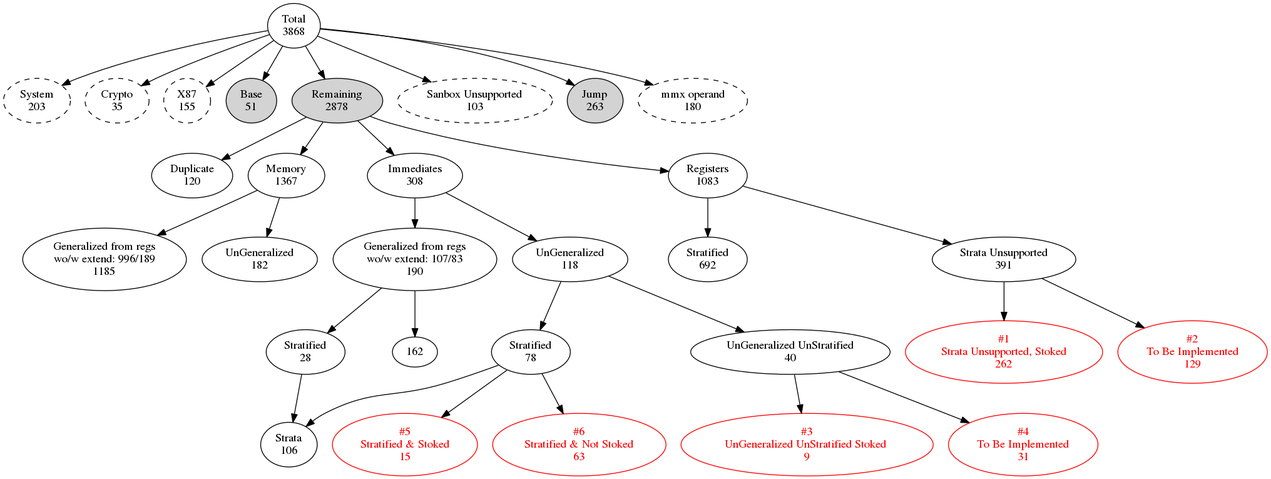
The Graphviz diagram x86-semantics/docs/reports/insttruction_support_status.png in kframework/X86-64-semantics, before a commit. Its source is kept beside it as x86-semantics/docs/reports/insttruction_support_status.dot.
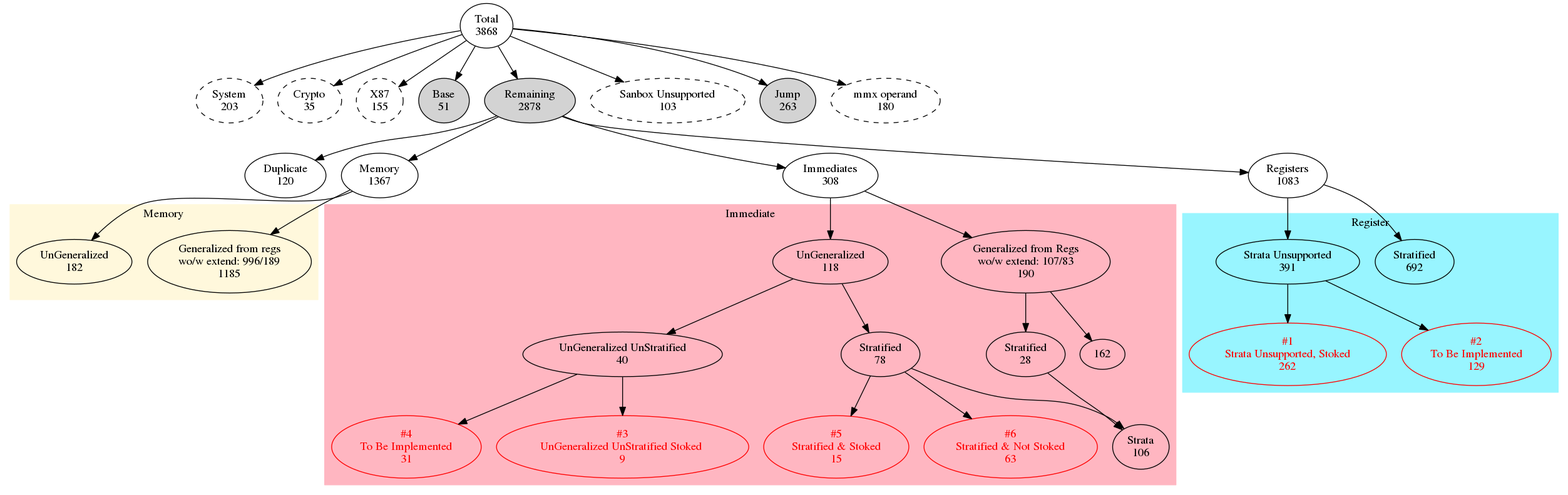
After the commit.

Commit message:
instr triaging: Graph update

What changed in the source:
```diff
@@ -1,4 +1,4 @@
-digraph graphname {
+digraph instr_supprt {
 
 
   T [label="Total\n3868"]
@@ -38,59 +38,76 @@
   {rank = same; DUP; MEM; IMMS; REGS;}
 
   /***************************************************/
-  REGS_STRATA [label="Stratified\n692"]
-  REGS_UNSTRATA [label="Strata Unsupported\n391"]
-  REGS_UNSTRATA_STOKED [fontcolor=red; color=red; label="#1\nStrata Unsupported, Stoked\n262"]
-  REGS_TBI [fontcolor=red; color=red; label="#2\nTo Be Implemented\n129"]
+  subgraph cluster_0 {
+    label =  "Register"
+    style=filled;
+    color = cadetblue1;
 
-  REGS -> REGS_STRATA
-  REGS -> REGS_UNSTRATA
-  REGS_UNSTRATA -> REGS_UNSTRATA_STOKED
-  REGS_UNSTRATA -> REGS_TBI
+    REGS_STRATA [label="Stratified\n692"]
+    REGS_UNSTRATA [label="Strata Unsupported\n391"]
+    REGS_UNSTRATA_STOKED [fontcolor=red; color=red; label="#1\nStrata Unsupported, Stoked\n262"]
+    REGS_TBI [fontcolor=red; color=red; label="#2\nTo Be Implemented\n129"]
 
-  {rank = same; REGS_STRATA; REGS_UNSTRATA; }
-  {rank = same; REGS_UNSTRATA_STOKED; REGS_TBI; }
+    REGS -> REGS_STRATA
+    REGS -> REGS_UNSTRATA
+    REGS_UNSTRATA -> REGS_UNSTRATA_STOKED
+    REGS_UNSTRATA -> REGS_TBI
+
+    {rank = same; REGS_STRATA; REGS_UNSTRATA; }
+    {rank = same; REGS_UNSTRATA_STOKED; REGS_TBI; }
+  }
+  /***************************************************/
 
   /***************************************************/
-  MEM_G [label="Generalized from regs\nwo/w extend: 996/189\n1185"]
-  MEM_UG [label="UnGeneralized\n182"]
+  subgraph cluster_1 {
+    label =  "Memory"
+    style=filled;
+    color = cornsilk;
 
-  MEM -> MEM_G
-  MEM -> MEM_UG
+    MEM_G [label="Generalized from regs\nwo/w extend: 996/189\n1185"]
+    MEM_UG [label="UnGeneralized\n182"]
 
-  {rank = same; MEM_UG; MEM_G; }
+    MEM -> MEM_G
+    MEM -> MEM_UG
 
+    {rank = same; MEM_UG; MEM_G; }
+  }
   /***************************************************/
-  G [label="Generalized from regs\nwo/w extend: 107/83\n190"]
-  S1 [label="Stratified\n28"]
-  S [label="Strata\n106"]
-  UG [label="UnGeneralized\n118"]
-  UGUS [label="UnGeneralized UnStratified\n40"]
-  S2 [label="Stratified\n78"]
-  UGUSS [fontcolor=red; color=red; label="#3\nUnGeneralized UnStratified Stoked \n9"]
-  TBI [fontcolor=red; color=red; label="#4\nTo Be Implemented\n31"]
-  S2_STOKED [fontcolor=red; color=red; label="#5\nStratified & Stoked\n15"]
-  S2_UNSTOKED [fontcolor=red; color=red; label="#6\nStratified & Not Stoked\n63"]
 
-  IMMS -> G
-  IMMS -> UG
+ /***************************************************/
+  subgraph cluster_2 {
+    label =  "Immediate";
+    style=filled;
+    color = lightpink;
 
-  G -> S1 -> S
-  G -> 162
-  UG -> S2 -> S
-  UG -> UGUS -> UGUSS
-  UGUS -> TBI
-  S2 -> S2_STOKED
-  S2 -> S2_UNSTOKED
+    G [label="Generalized from Regs\nwo/w extend: 107/83\n190"]
+    S1 [label="Stratified\n28"]
+    S [label="Strata\n106"]
+    UG [label="UnGeneralized\n118"]
+    UGUS [label="UnGeneralized UnStratified\n40"]
+    S2 [label="Stratified\n78"]
+    UGUSS [fontcolor=red; color=red; label="#3\nUnGeneralized UnStratified Stoked \n9"]
+    TBI [fontcolor=red; color=red; label="#4\nTo Be Implemented\n31"]
+    S2_STOKED [fontcolor=red; color=red; label="#5\nStratified & Stoked\n15"]
+    S2_UNSTOKED [fontcolor=red; color=red; label="#6\nStratified & Not Stoked\n63"]
 
-  {rank = same; IMMS; }
-  {rank = same; G; UG; }
-  {rank = same; S1; S2; UGUS }
-  {rank = same; S; TBI  }
-  {rank = same; S2_STOKED;S2_UNSTOKED   }
+    IMMS -> G
+    IMMS -> UG
 
+    G -> S1 -> S
+    G -> 162
+    UG -> S2 -> S
+    UG -> UGUS -> UGUSS
+    UGUS -> TBI
+    S2 -> S2_STOKED
+    S2 -> S2_UNSTOKED
 
-
-
+    {rank = same; IMMS; }
+    {rank = same; G; UG; }
+    {rank = same; S1; S2; UGUS }
+    {rank = same; S; TBI  }
+    {rank = same; S2_STOKED;S2_UNSTOKED   }
+  }
+ /***************************************************/
 
  }
```
